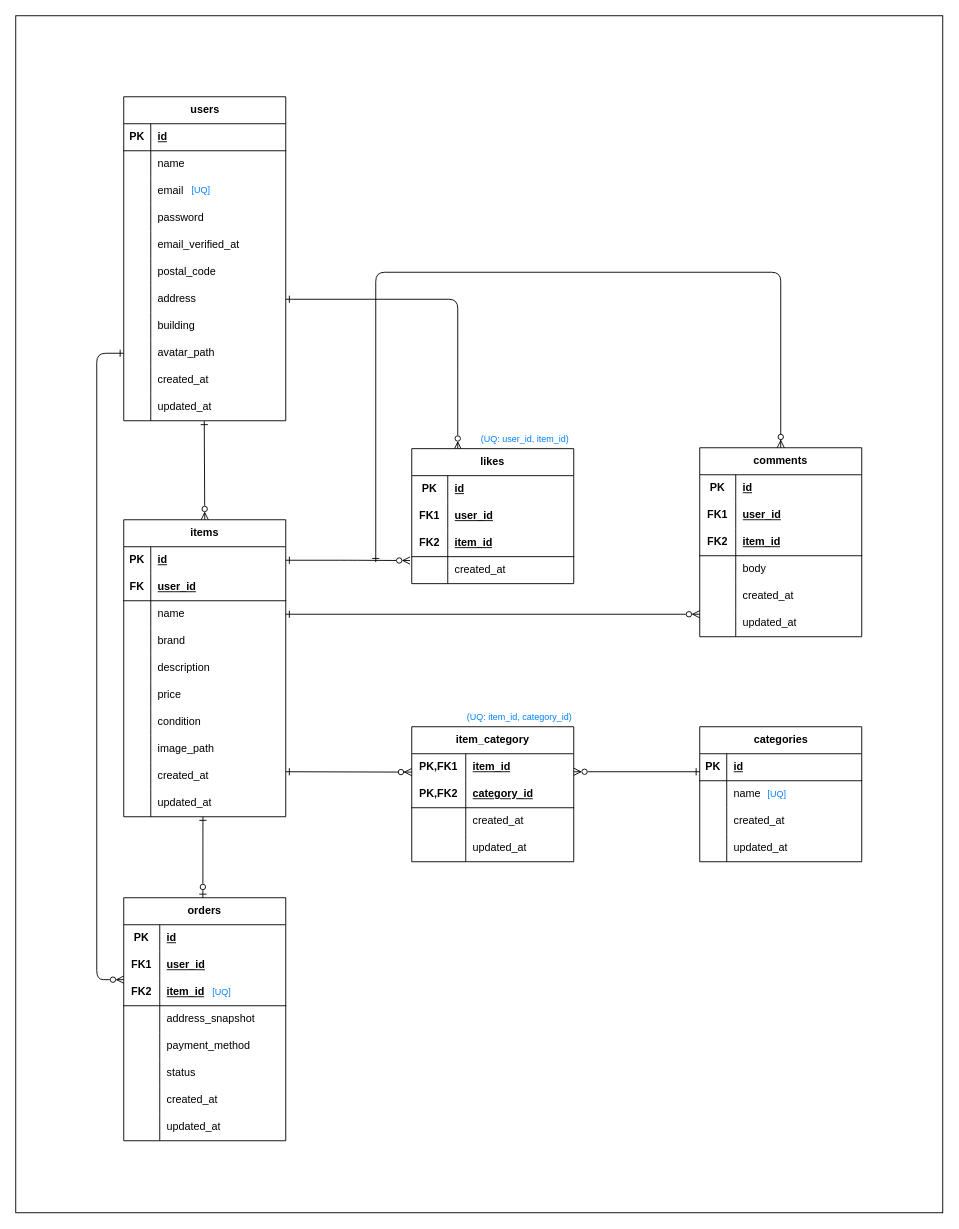
This is er_diagram.drawio from mao716/freemarket-app, a draw.io file, before an edit. Source tidied: cells renumbered, new cells numbered last; positions are measured from the earlier drawing's top-left corner, leaving out a move shared by most shapes. Both pictures are drawn from the tidied source at 90%, with x=0, y=0 at pixel (15, 15).
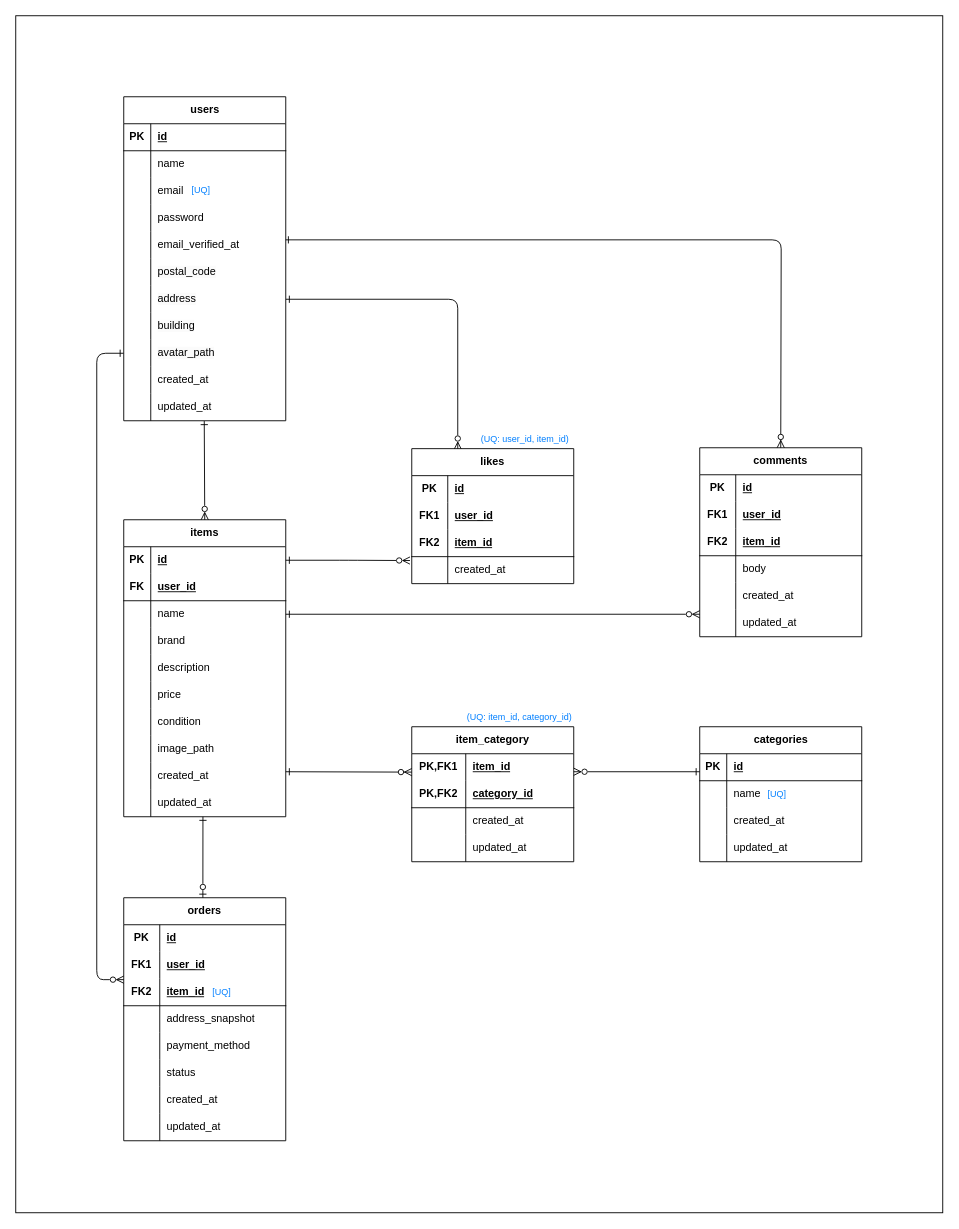
The same page after the edit.

Commit message (it also covers changes not shown here):
docs(db): ER図を微調整（データベース構造に影響なし）

Unchanged cells that the change refers to:
```xml
<mxCell id="128" style="shape=tableRow;horizontal=0;startSize=0;swimlaneHead=0;swimlaneBody=0;fillColor=none;points=[[0,0.5],[1,0.5]];portConstraint=eastwest;top=0;left=0;right=0;bottom=0;labelBackgroundColor=default;" parent="115" vertex="1">
  <mxGeometry y="150" width="180" height="30" as="geometry" />
</mxCell>
```

The edit, as a diff of the source:
```diff
@@
-    <mxCell id="109" style="edgeStyle=orthogonalEdgeStyle;fontSize=12;html=1;endArrow=ERzeroToMany;endFill=1;exitX=1;exitY=0.5;exitDx=0;exitDy=0;startArrow=ERone;startFill=0;" parent="1" edge="1">
+    <mxCell id="109" style="fontSize=12;html=1;endArrow=ERzeroToMany;endFill=1;exitX=0.994;exitY=0.3;exitDx=0;exitDy=0;startArrow=ERone;startFill=0;exitPerimeter=0;edgeStyle=orthogonalEdgeStyle;" parent="1" edge="1" source="128">
       <mxGeometry relative="1" as="geometry">
-        <mxPoint x="400" y="607" as="sourcePoint" />
         <mxPoint x="850" y="480" as="targetPoint" />
-        <Array as="points">
-          <mxPoint x="850" y="285" />
-        </Array>
       </mxGeometry>
     </mxCell>
```
